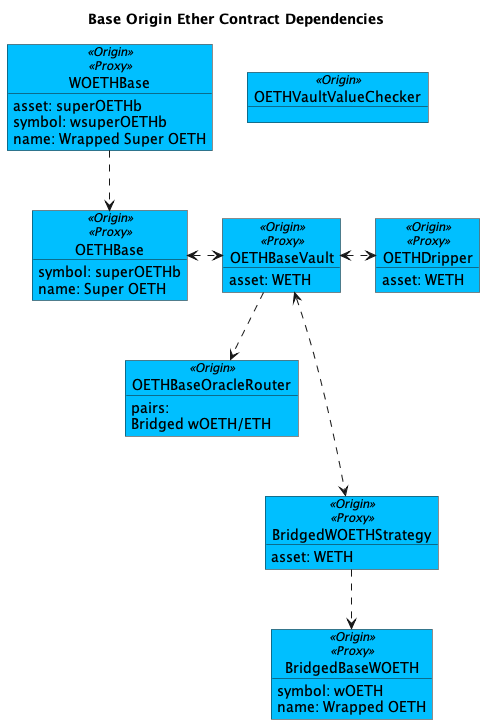
Earlier version of the PlantUML export contracts/docs/plantuml/baseContracts.png (OriginProtocol/origin-dollar).
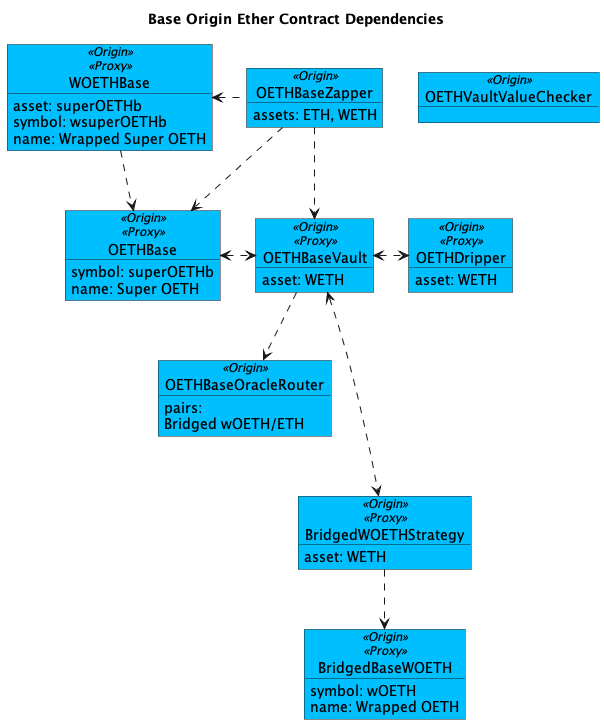
After the commit.

Commit message:
Added Zapper contract to Base contract dependency diagram

Change to the diagram source:
```diff
@@ -8,6 +8,9 @@
 
 title "Base Origin Ether Contract Dependencies"
 
+object "OETHBaseZapper" as zap <<Origin>> #$originColor {
+    assets: ETH, WETH
+}
 
 object "BridgedBaseWOETH" as bridged <<Origin>><<Proxy>> #$originColor {
     symbol: wOETH
@@ -45,6 +48,10 @@
     asset: WETH
 }
 
+woeth <. zap
+zap ..> oeth
+zap ..> oethv
+
 woeth ..> oeth
 oeth <.> oethv
 oethv <.> drip
```
